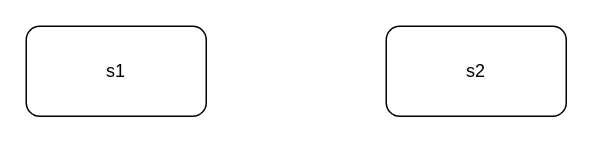
Before: demo-github.drawio in duyetpt/drawio, a draw.io diagram. Source tidied: cells renumbered, new cells numbered last; positions are measured from the earlier drawing's top-left corner, leaving out a move shared by most shapes. Both pictures are drawn from the tidied source at 150%, with x=0, y=0 at pixel (26, 26).
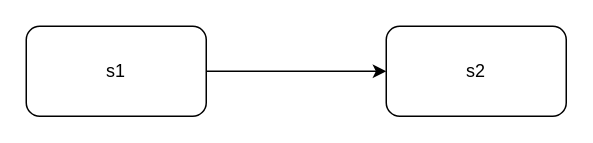
The same page after the edit.

Change to the diagram source:
```diff
@@
 <mxGraphModel>
   <root>
     <mxCell id="0" />
     <mxCell id="1" parent="0" />
+    <mxCell id="4" style="edgeStyle=orthogonalEdgeStyle;rounded=0;jettySize=auto;html=1;exitX=1;exitY=0.5;exitDx=0;exitDy=0;entryX=0;entryY=0.5;entryDx=0;entryDy=0;" parent="1" edge="1" source="2" target="3">
+      <mxGeometry relative="1" as="geometry" />
+    </mxCell>
     <mxCell id="2" value="s1" style="rounded=1;whiteSpace=wrap;html=1;" parent="1" vertex="1">
       <mxGeometry width="120" height="60" as="geometry" />
     </mxCell>
     <mxCell id="3" value="s2" style="rounded=1;whiteSpace=wrap;html=1;" parent="1" vertex="1">
       <mxGeometry x="240" width="120" height="60" as="geometry" />
     </mxCell>
   </root>
 </mxGraphModel>
```
